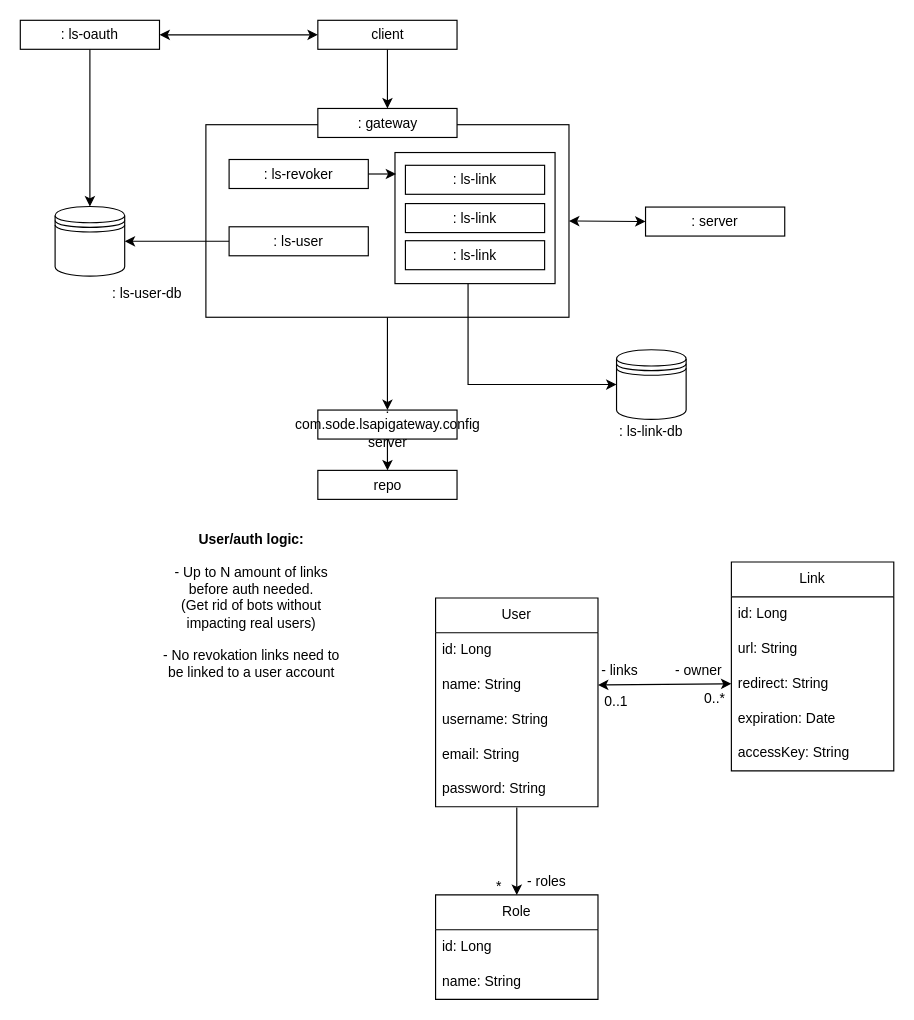
Before: page "domain_model" (1 of 2) of idea/idea.drawio in liamarguedas/pa-link-shortener, a draw.io diagram. Source tidied: cells renumbered, new cells numbered last; positions are measured from the earlier drawing's top-left corner, leaving out a move shared by most shapes. Both pictures are drawn from the tidied source at 116%, with x=0, y=0 at pixel (20, 20).
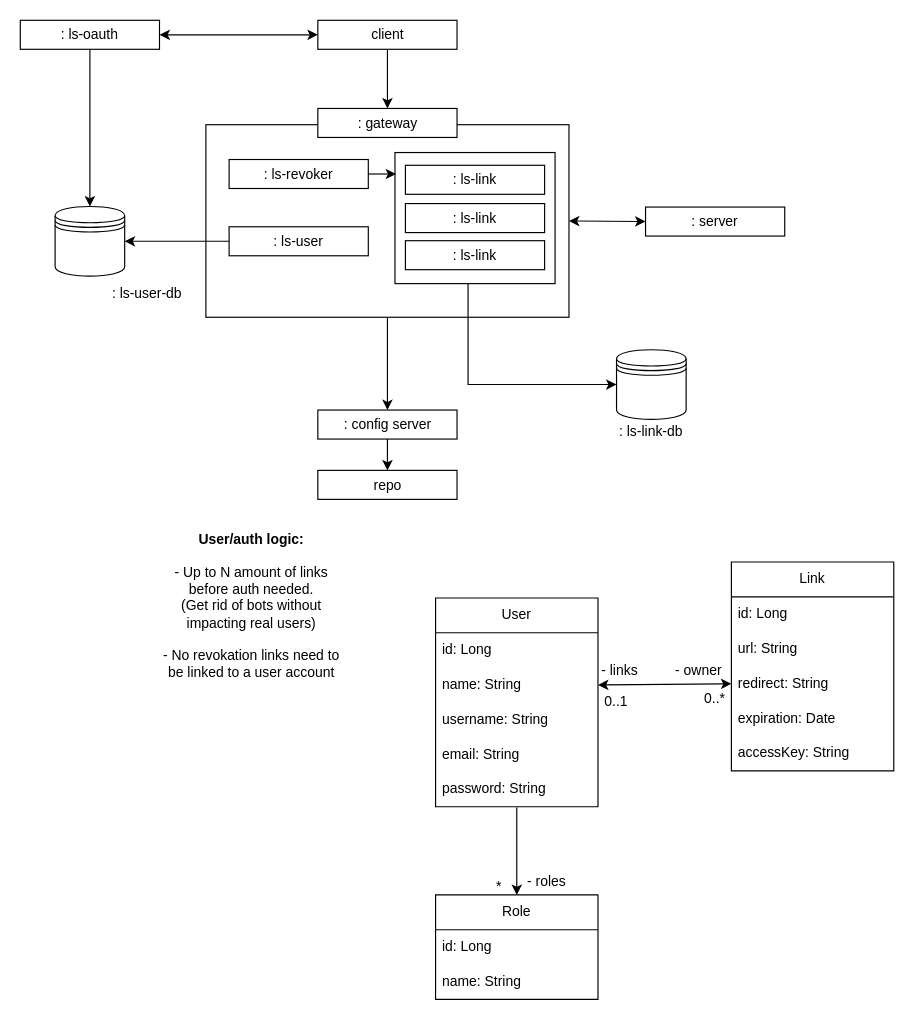
The same diagram, later.

What changed in the source:
```diff
@@
-    <mxCell id="18" value=": com.sode.lsapigateway.config server" style="rounded=0;whiteSpace=wrap;html=1;" parent="1" vertex="1">
+    <mxCell id="18" value=": config server" style="rounded=0;whiteSpace=wrap;html=1;" parent="1" vertex="1">
       <mxGeometry x="256.5" y="336" width="120" height="25" as="geometry" />
     </mxCell>
```
